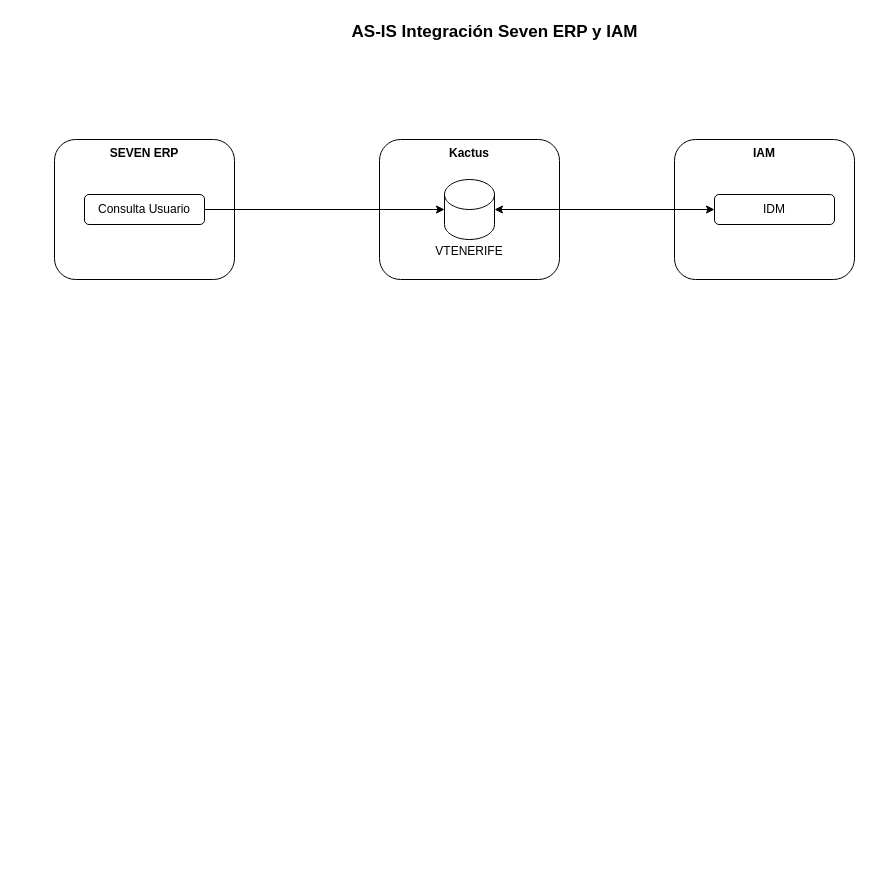
Before: page "AS-IS" (1 of 2) of IAM-Seven.drawio in carlosvalderrama1204/diagrams, a draw.io diagram. Source tidied: cells renumbered, new cells numbered last; positions are measured from the earlier drawing's top-left corner, leaving out a move shared by most shapes. Both pictures are drawn from the tidied source at 100%, with x=0, y=0 at pixel (54, 17).
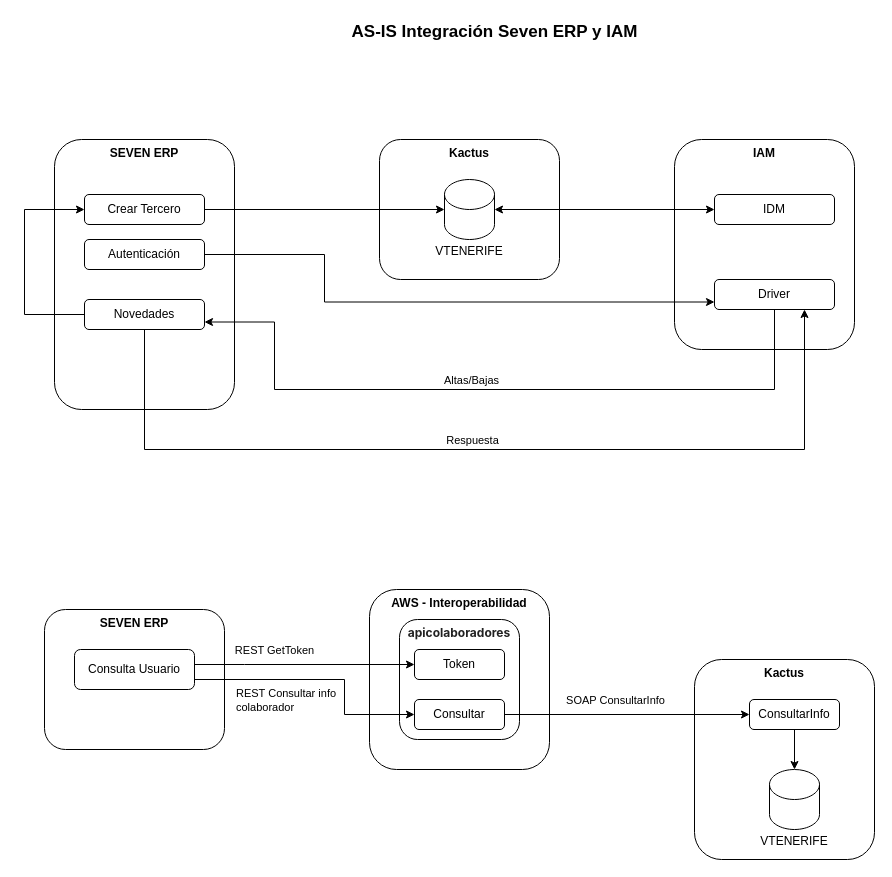
After the change.

What changed in the source:
```diff
@@
     <mxCell id="2" value="&lt;span&gt;SEVEN ERP&lt;/span&gt;" style="rounded=1;whiteSpace=wrap;html=1;verticalAlign=top;fontStyle=1;" parent="1" vertex="1">
-      <mxGeometry y="122" width="180" height="140" as="geometry" />
+      <mxGeometry y="122" width="180" height="270" as="geometry" />
     </mxCell>
@@
-    <mxCell id="6" value="Consulta Usuario" style="rounded=1;whiteSpace=wrap;html=1;" parent="1" vertex="1">
+    <mxCell id="6" value="Crear Tercero" style="rounded=1;whiteSpace=wrap;html=1;" parent="1" vertex="1">
       <mxGeometry x="30" y="177" width="120" height="30" as="geometry" />
     </mxCell>
@@
     <mxCell id="8" value="&lt;span&gt;IAM&lt;/span&gt;" style="rounded=1;whiteSpace=wrap;html=1;verticalAlign=top;fontStyle=1;" parent="1" vertex="1">
-      <mxGeometry x="620" y="122" width="180" height="140" as="geometry" />
+      <mxGeometry x="620" y="122" width="180" height="210" as="geometry" />
     </mxCell>
@@
+    <mxCell id="11" style="edgeStyle=orthogonalEdgeStyle;rounded=0;jettySize=auto;html=1;entryX=1;entryY=0.75;entryDx=0;entryDy=0;" parent="1" edge="1" source="13" target="19">
+      <mxGeometry relative="1" as="geometry">
+        <Array as="points">
+          <mxPoint x="720" y="372" />
+          <mxPoint x="220" y="372" />
+          <mxPoint x="220" y="305" />
+        </Array>
+      </mxGeometry>
+    </mxCell>
+    <mxCell id="12" value="Altas/Bajas" style="edgeLabel;html=1;align=center;verticalAlign=middle;" parent="11" vertex="1">
+      <mxGeometry x="0.25" y="-2" relative="1" as="geometry">
+        <mxPoint x="64" y="-8" as="offset" />
+      </mxGeometry>
+    </mxCell>
+    <mxCell id="13" value="Driver" style="rounded=1;whiteSpace=wrap;html=1;" parent="1" vertex="1">
+      <mxGeometry x="660" y="262" width="120" height="30" as="geometry" />
+    </mxCell>
+    <mxCell id="14" style="edgeStyle=orthogonalEdgeStyle;rounded=0;jettySize=auto;html=1;entryX=0;entryY=0.75;entryDx=0;entryDy=0;" parent="1" edge="1" source="15" target="13">
+      <mxGeometry relative="1" as="geometry">
+        <Array as="points">
+          <mxPoint x="270" y="237" />
+          <mxPoint x="270" y="285" />
+        </Array>
+      </mxGeometry>
+    </mxCell>
+    <mxCell id="15" value="Autenticación" style="rounded=1;whiteSpace=wrap;html=1;" parent="1" vertex="1">
+      <mxGeometry x="30" y="222" width="120" height="30" as="geometry" />
+    </mxCell>
+    <mxCell id="16" style="edgeStyle=orthogonalEdgeStyle;rounded=0;jettySize=auto;html=1;entryX=0;entryY=0.5;entryDx=0;entryDy=0;" parent="1" edge="1" source="19" target="6">
+      <mxGeometry relative="1" as="geometry">
+        <Array as="points">
+          <mxPoint x="-30" y="297" />
+          <mxPoint x="-30" y="192" />
+        </Array>
+      </mxGeometry>
+    </mxCell>
+    <mxCell id="17" style="edgeStyle=orthogonalEdgeStyle;rounded=0;jettySize=auto;html=1;entryX=0.75;entryY=1;entryDx=0;entryDy=0;" parent="1" edge="1" source="19" target="13">
+      <mxGeometry relative="1" as="geometry">
+        <Array as="points">
+          <mxPoint x="90" y="432" />
+          <mxPoint x="750" y="432" />
+        </Array>
+      </mxGeometry>
+    </mxCell>
+    <mxCell id="18" value="Respuesta" style="edgeLabel;html=1;align=center;verticalAlign=middle;" parent="17" vertex="1">
+      <mxGeometry x="-0.14" y="4" relative="1" as="geometry">
+        <mxPoint x="51" y="-6" as="offset" />
+      </mxGeometry>
+    </mxCell>
+    <mxCell id="19" value="Novedades" style="rounded=1;whiteSpace=wrap;html=1;" parent="1" vertex="1">
+      <mxGeometry x="30" y="282" width="120" height="30" as="geometry" />
+    </mxCell>
+    <mxCell id="20" value="&lt;span&gt;SEVEN ERP&lt;/span&gt;" style="rounded=1;whiteSpace=wrap;html=1;verticalAlign=top;fontStyle=1;" parent="1" vertex="1">
+      <mxGeometry x="-10" y="592" width="180" height="140" as="geometry" />
+    </mxCell>
+    <mxCell id="21" value="&lt;span&gt;AWS - Interoperabilidad&lt;/span&gt;" style="rounded=1;whiteSpace=wrap;html=1;verticalAlign=top;fontStyle=1;" parent="1" vertex="1">
+      <mxGeometry x="315" y="572" width="180" height="180" as="geometry" />
+    </mxCell>
+    <mxCell id="22" value="Consulta Usuario" style="rounded=1;whiteSpace=wrap;html=1;" parent="1" vertex="1">
+      <mxGeometry x="20" y="632" width="120" height="40" as="geometry" />
+    </mxCell>
+    <mxCell id="23" value="&lt;span style=&quot;color: rgb(33, 33, 33); font-family: Inter, system-ui, -apple-system, BlinkMacSystemFont, &amp;quot;Segoe UI&amp;quot;, Roboto, Oxygen, Ubuntu, Cantarell, &amp;quot;Fira Sans&amp;quot;, &amp;quot;Droid Sans&amp;quot;, Helvetica, Arial, sans-serif; white-space-collapse: preserve; background-color: rgb(255, 255, 255);&quot;&gt;apicolaboradores&lt;/span&gt;" style="rounded=1;whiteSpace=wrap;html=1;fontStyle=1;verticalAlign=top;align=center;" parent="1" vertex="1">
+      <mxGeometry x="345" y="602" width="120" height="120" as="geometry" />
+    </mxCell>
+    <mxCell id="24" value="Token" style="rounded=1;whiteSpace=wrap;html=1;" parent="1" vertex="1">
+      <mxGeometry x="360" y="632" width="90" height="30" as="geometry" />
+    </mxCell>
+    <mxCell id="25" value="Consultar" style="rounded=1;whiteSpace=wrap;html=1;" parent="1" vertex="1">
+      <mxGeometry x="360" y="682" width="90" height="30" as="geometry" />
+    </mxCell>
+    <mxCell id="26" style="edgeStyle=orthogonalEdgeStyle;rounded=0;jettySize=auto;html=1;entryX=0;entryY=0.5;entryDx=0;entryDy=0;" parent="1" edge="1" source="22" target="24">
+      <mxGeometry relative="1" as="geometry">
+        <Array as="points">
+          <mxPoint x="190" y="647" />
+          <mxPoint x="190" y="647" />
+        </Array>
+      </mxGeometry>
+    </mxCell>
+    <mxCell id="27" value="REST GetToken" style="edgeLabel;html=1;align=center;verticalAlign=middle;" parent="26" vertex="1">
+      <mxGeometry x="-0.3" y="3" relative="1" as="geometry">
+        <mxPoint x="2" y="-12" as="offset" />
+      </mxGeometry>
+    </mxCell>
+    <mxCell id="28" style="edgeStyle=orthogonalEdgeStyle;rounded=0;jettySize=auto;html=1;entryX=0;entryY=0.5;entryDx=0;entryDy=0;" parent="1" edge="1" source="22" target="25">
+      <mxGeometry relative="1" as="geometry">
+        <Array as="points">
+          <mxPoint x="290" y="662" />
+          <mxPoint x="290" y="697" />
+        </Array>
+      </mxGeometry>
+    </mxCell>
+    <mxCell id="29" value="REST Consultar info&amp;nbsp;&lt;div&gt;colaborador&lt;/div&gt;" style="edgeLabel;html=1;align=left;verticalAlign=middle;" parent="28" vertex="1">
+      <mxGeometry x="-0.57" y="-4" relative="1" as="geometry">
+        <mxPoint x="-15" y="16" as="offset" />
+      </mxGeometry>
+    </mxCell>
+    <mxCell id="30" value="&lt;span&gt;Kactus&lt;/span&gt;" style="rounded=1;whiteSpace=wrap;html=1;verticalAlign=top;fontStyle=1;" parent="1" vertex="1">
+      <mxGeometry x="640" y="642" width="180" height="200" as="geometry" />
+    </mxCell>
+    <mxCell id="31" value="&lt;div&gt;&lt;br&gt;&lt;/div&gt;&lt;div&gt;&lt;br&gt;&lt;/div&gt;&lt;div&gt;&lt;br&gt;&lt;/div&gt;&lt;div&gt;&lt;br&gt;&lt;/div&gt;VTENERIFE" style="shape=cylinder3;whiteSpace=wrap;html=1;boundedLbl=1;backgroundOutline=1;size=15;" parent="1" vertex="1">
+      <mxGeometry x="715" y="752" width="50" height="60" as="geometry" />
+    </mxCell>
+    <mxCell id="32" value="ConsultarInfo" style="rounded=1;whiteSpace=wrap;html=1;" parent="1" vertex="1">
+      <mxGeometry x="695" y="682" width="90" height="30" as="geometry" />
+    </mxCell>
+    <mxCell id="33" style="edgeStyle=orthogonalEdgeStyle;rounded=0;jettySize=auto;html=1;entryX=0;entryY=0.5;entryDx=0;entryDy=0;" parent="1" edge="1" source="25" target="32">
+      <mxGeometry relative="1" as="geometry" />
+    </mxCell>
+    <mxCell id="34" value="SOAP ConsultarInfo" style="edgeLabel;html=1;align=center;verticalAlign=middle;" parent="33" vertex="1">
+      <mxGeometry x="-0.27" y="-1" relative="1" as="geometry">
+        <mxPoint x="21" y="-16" as="offset" />
+      </mxGeometry>
+    </mxCell>
+    <mxCell id="35" style="edgeStyle=orthogonalEdgeStyle;rounded=0;jettySize=auto;html=1;entryX=0.5;entryY=0;entryDx=0;entryDy=0;entryPerimeter=0;" parent="1" edge="1" source="32" target="31">
+      <mxGeometry relative="1" as="geometry" />
+    </mxCell>
```
